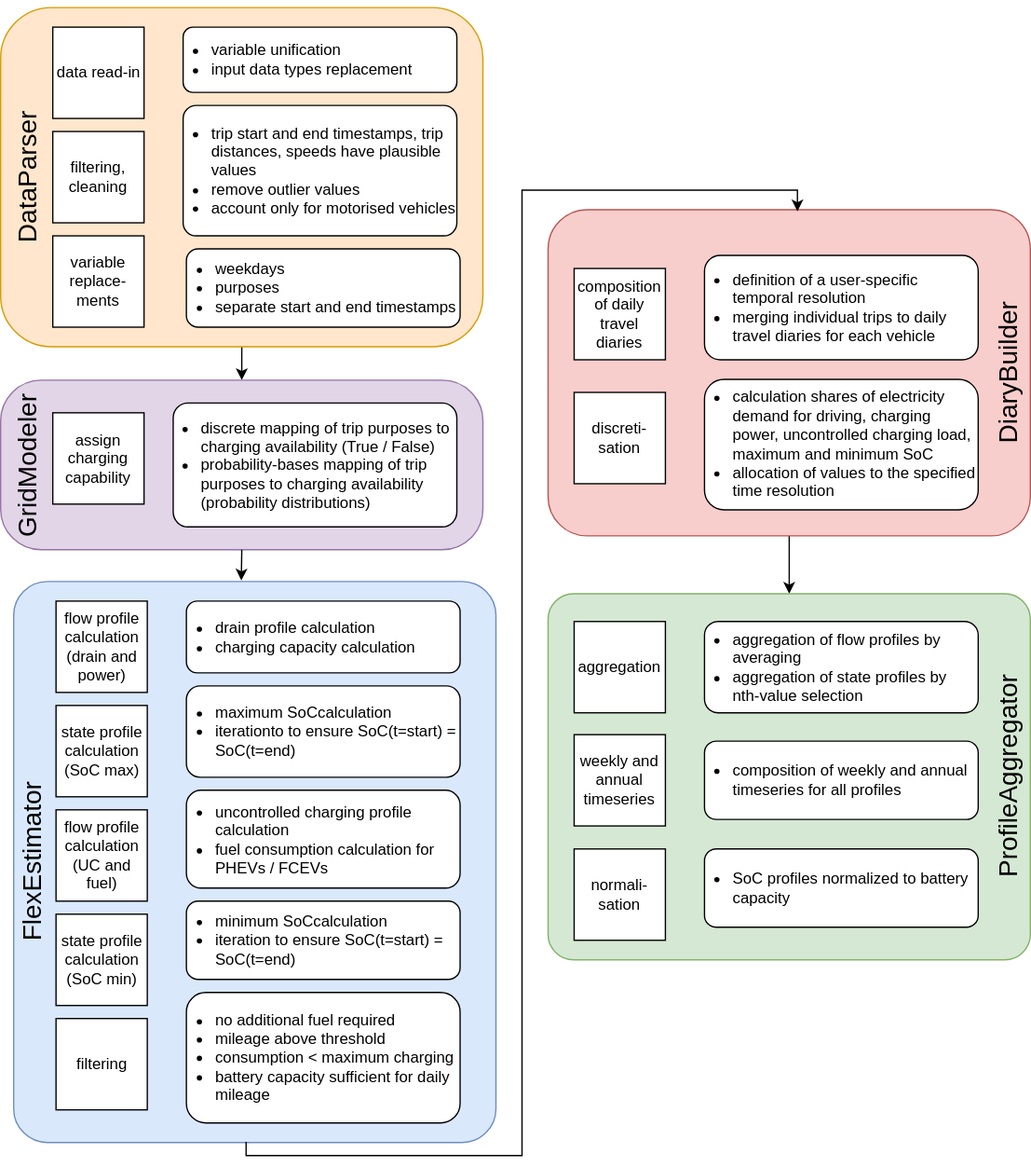
The draw.io diagram docs/figures/new_vencopy_schema.svg in areleu/vencopy, before a commit. Source tidied: cells renumbered, new cells last; positions are measured from the earlier drawing's top-left corner, leaving out a move shared by most shapes.
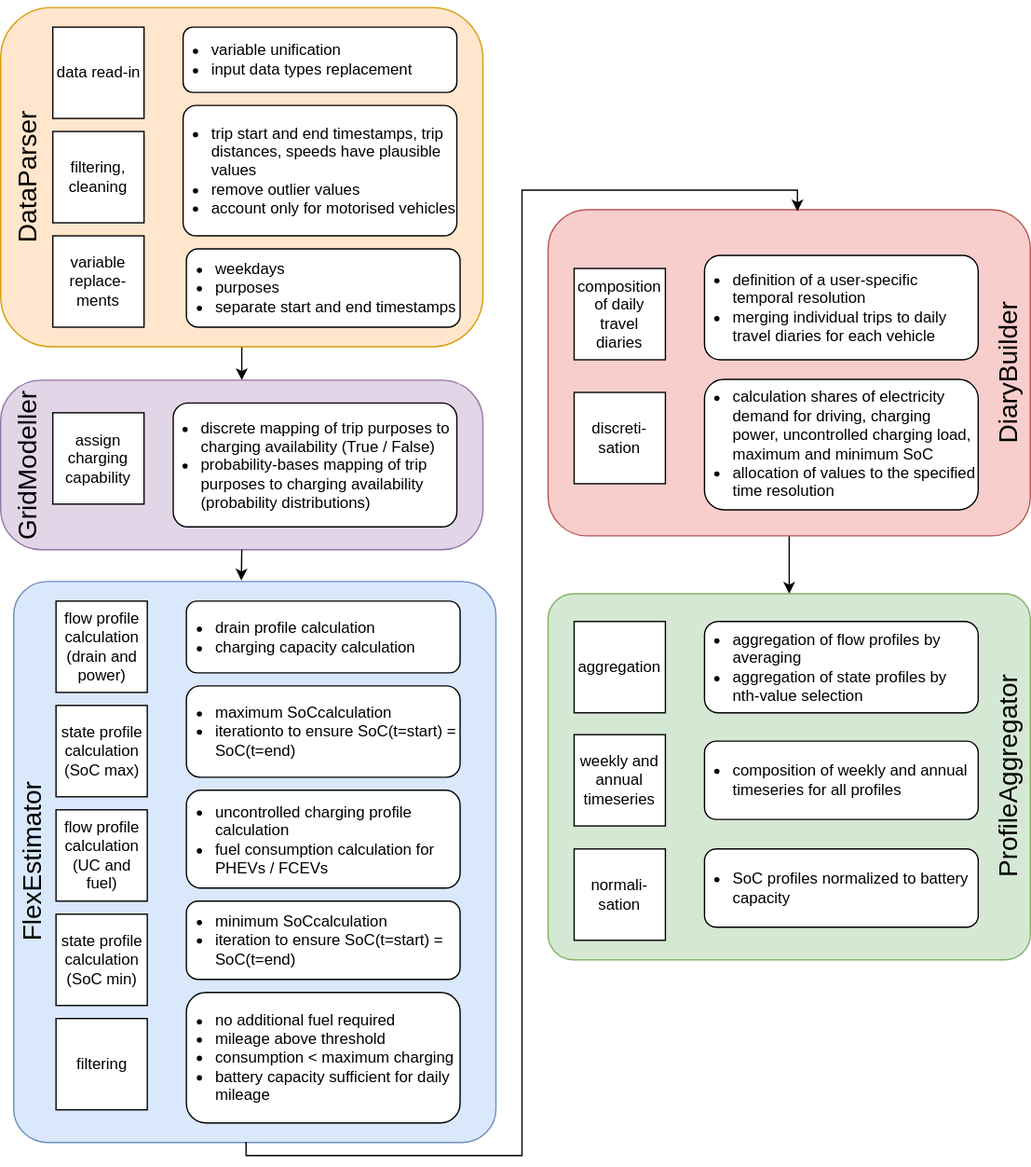
The same file after the commit.

Diff of the diagram source:
```diff
@@ -92,7 +92,7 @@
     <mxCell id="31" value="&lt;ul&gt;&lt;li&gt;no additional fuel required&lt;/li&gt;&lt;li&gt;mileage above threshold&lt;/li&gt;&lt;li&gt;consumption &amp;lt; maximum charging&lt;/li&gt;&lt;li&gt;battery capacity sufficient for daily mileage&lt;br&gt;&lt;/li&gt;&lt;/ul&gt;" style="rounded=1;whiteSpace=wrap;html=1;align=left;spacingLeft=-20;" parent="1" vertex="1">
       <mxGeometry x="332.5" y="755" width="210" height="100" as="geometry" />
     </mxCell>
-    <mxCell id="32" value="GridModeler" style="text;html=1;strokeColor=none;fillColor=none;align=center;verticalAlign=middle;whiteSpace=wrap;rounded=0;fontSize=20;rotation=270;" parent="1" vertex="1">
+    <mxCell id="32" value="GridModeller" style="text;html=1;strokeColor=none;fillColor=none;align=center;verticalAlign=middle;whiteSpace=wrap;rounded=0;fontSize=20;rotation=270;" parent="1" vertex="1">
       <mxGeometry x="161.9" y="341.3" width="96.2" height="20" as="geometry" />
     </mxCell>
     <mxCell id="33" style="rounded=1;whiteSpace=wrap;html=1;fillColor=#d5e8d4;strokeColor=#82b366;arcSize=7;" parent="1" vertex="1">
```
